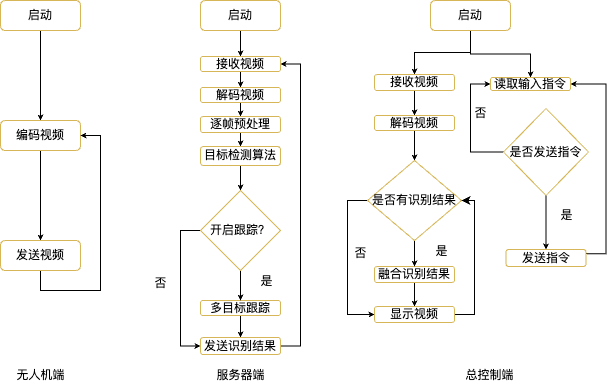
Above: 流程图.png in johnran103/mmdet (draw.io), before the change. Source tidied: cells renumbered, new cells last; positions are measured from the earlier drawing's top-left corner, leaving out a move shared by most shapes.
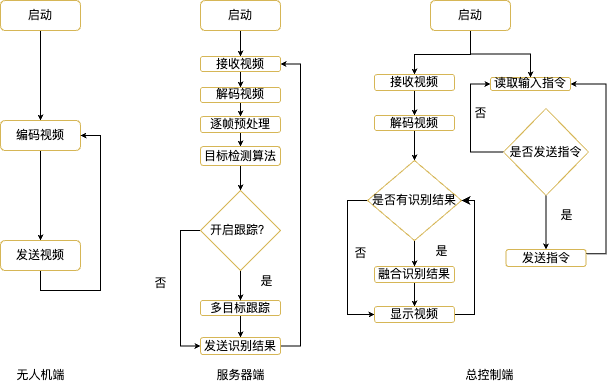
The same file after the commit.

Commit message:
更新流程图.png

What changed in the source:
```diff
@@ -89,8 +89,15 @@
     <mxCell id="28" value="是" style="text;html=1;align=center;verticalAlign=middle;strokeColor=none;fillColor=none;" parent="1" vertex="1">
       <mxGeometry x="246" y="266" width="40" height="30" as="geometry" />
     </mxCell>
-    <mxCell id="29" style="edgeStyle=orthogonalEdgeStyle;rounded=0;jettySize=auto;html=1;exitX=0.5;exitY=1;exitDx=0;exitDy=0;entryX=0.5;entryY=0;entryDx=0;entryDy=0;endSize=3;" parent="1" edge="1" source="31" target="33">
-      <mxGeometry relative="1" as="geometry" />
+    <mxCell id="29" style="edgeStyle=orthogonalEdgeStyle;rounded=0;orthogonalLoop=1;jettySize=auto;html=1;exitX=0.5;exitY=1;exitDx=0;exitDy=0;entryX=0.5;entryY=0;entryDx=0;entryDy=0;endSize=3;" parent="1" edge="1">
+      <mxGeometry relative="1" as="geometry">
+        <mxPoint x="470" y="30" as="sourcePoint" />
+        <mxPoint x="414" y="74" as="targetPoint" />
+        <Array as="points">
+          <mxPoint x="470" y="54" />
+          <mxPoint x="414" y="54" />
+        </Array>
+      </mxGeometry>
     </mxCell>
     <mxCell id="30" style="edgeStyle=orthogonalEdgeStyle;rounded=0;jettySize=auto;html=1;exitX=0.5;exitY=1;exitDx=0;exitDy=0;entryX=0.5;entryY=0;entryDx=0;entryDy=0;endSize=3;" parent="1" edge="1" source="31" target="45">
       <mxGeometry relative="1" as="geometry" />
```
